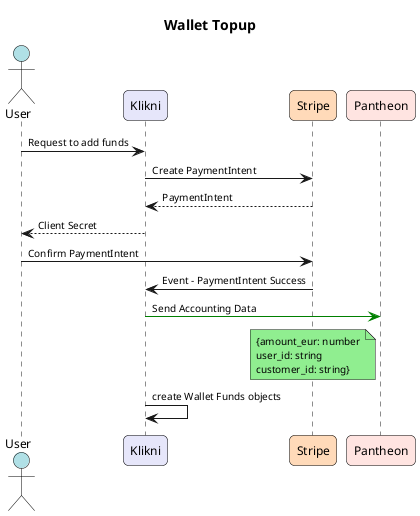
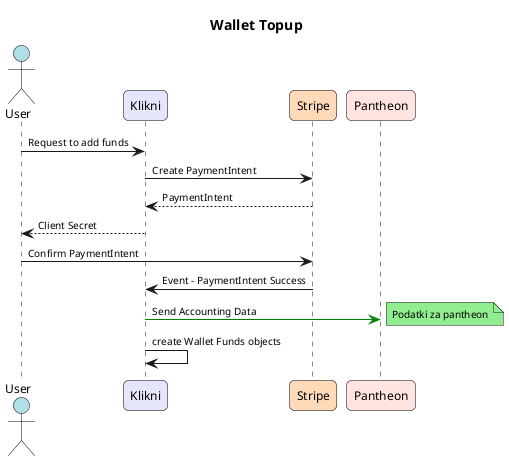
@startuml Topup
title Wallet Topup

' === Compact Sequence Styling ===
skinparam defaultFontSize 10
skinparam sequence {
    MessageSpacing 15
    ParticipantSpacing 50
}

' === Actor / Participant Styling ===
skinparam actor {
    FontName Arial
    FontSize 12
    BorderColor Black
    BackgroundColor #ADD8E6
    RoundCorner 10
    MinWidth 120
    MinHeight 120
}

skinparam participant {
    FontName Arial
    FontSize 12
    BorderColor Black
    RoundCorner 10
    MinWidth 140
    MinHeight 100
}

' === Participant Colors ===
' Use stereotypes for coloring specific entities
actor User as user #B0E0E6
participant Klikni as klikni #E6E6FA
participant Stripe as stripe #FFDAB9
participant Pantheon as pantheon #FFE4E1

' === Sequence ===
user -> klikni: Request to add funds
klikni -> stripe: Create PaymentIntent
klikni <-- stripe: PaymentIntent
user <-- klikni: Client Secret
user -> stripe: Confirm PaymentIntent
klikni <- stripe: Event - PaymentIntent Success



klikni -[#green]> pantheon: Send Accounting Data
- note left of pantheon #LightGreen
- {amount_eur: number
- user_id: string
- customer_id: string}
+ note right #LightGreen
+ Podatki za pantheon
end note
' klikni <-- pantheon: response
klikni -> klikni: create Wallet Funds objects

@enduml
